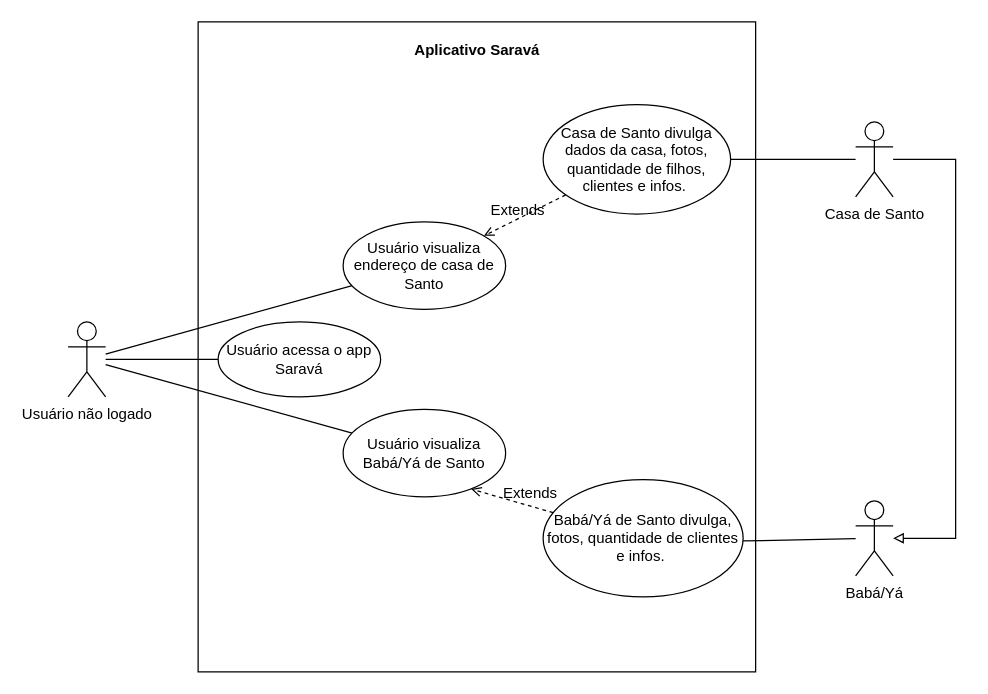
AlexCarvalhovisk/sarava keeps this draw.io diagram as CasoDeUsoNaoLogado.drawio. Above is the earlier version. Source tidied: cells renumbered, new cells numbered last; positions are measured from the earlier drawing's top-left corner, leaving out a move shared by most shapes. Both pictures are drawn from the tidied source at 125%, with x=0, y=0 at pixel (68, 21).
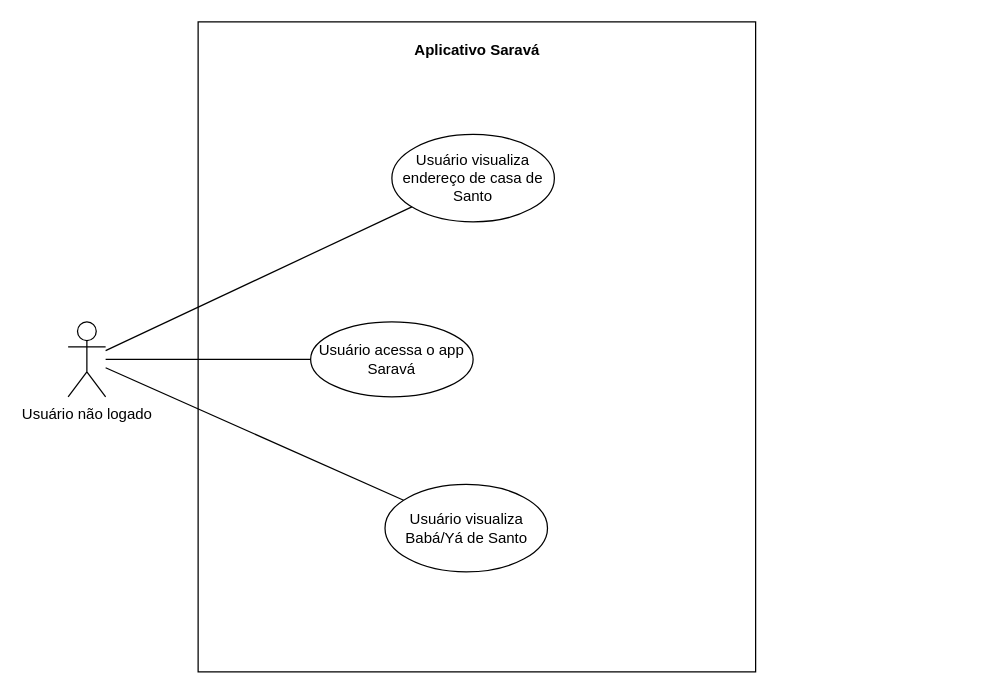
Above is the later version.

What changed in the source:
```diff
@@
-    <mxCell id="7" style="rounded=0;jettySize=auto;html=1;endArrow=none;endFill=0;" parent="1" edge="1" source="9" target="16">
-      <mxGeometry relative="1" as="geometry" />
-    </mxCell>
-    <mxCell id="8" style="edgeStyle=orthogonalEdgeStyle;rounded=0;jettySize=auto;html=1;endArrow=block;endFill=0;" parent="1" edge="1" source="9" target="11">
-      <mxGeometry relative="1" as="geometry">
-        <Array as="points">
-          <mxPoint x="710" y="110" />
-          <mxPoint x="710" y="413.1" />
-        </Array>
-      </mxGeometry>
-    </mxCell>
-    <mxCell id="9" value="Casa de Santo" style="shape=umlActor;verticalLabelPosition=bottom;verticalAlign=top;html=1;" parent="1" vertex="1">
-      <mxGeometry x="630" y="80" width="30" height="60" as="geometry" />
-    </mxCell>
-    <mxCell id="10" style="rounded=0;jettySize=auto;html=1;endArrow=none;endFill=0;" parent="1" edge="1" source="11" target="19">
-      <mxGeometry relative="1" as="geometry" />
-    </mxCell>
-    <mxCell id="11" value="Babá/Yá" style="shape=umlActor;verticalLabelPosition=bottom;verticalAlign=top;html=1;" parent="1" vertex="1">
-      <mxGeometry x="630" y="383.1" width="30" height="60" as="geometry" />
-    </mxCell>
     <mxCell id="12" value="Usuário acessa o app Saravá" style="ellipse;whiteSpace=wrap;html=1;" parent="1" vertex="1">
-      <mxGeometry x="120" y="240" width="130" height="60" as="geometry" />
+      <mxGeometry x="194" y="240" width="130" height="60" as="geometry" />
     </mxCell>
     <mxCell id="13" value="Usuário visualiza endereço de casa de Santo" style="ellipse;whiteSpace=wrap;html=1;" parent="1" vertex="1">
-      <mxGeometry x="220" y="160" width="130" height="70" as="geometry" />
+      <mxGeometry x="259" y="90" width="130" height="70" as="geometry" />
     </mxCell>
     <mxCell id="14" value="Usuário visualiza Babá/Yá de Santo" style="ellipse;whiteSpace=wrap;html=1;" parent="1" vertex="1">
-      <mxGeometry x="220" y="310" width="130" height="70" as="geometry" />
+      <mxGeometry x="253.5" y="370" width="130" height="70" as="geometry" />
     </mxCell>
-    <mxCell id="15" style="rounded=0;jettySize=auto;html=1;endArrow=open;endFill=0;dashed=1;" parent="1" edge="1" source="16" target="13">
-      <mxGeometry relative="1" as="geometry" />
-    </mxCell>
-    <mxCell id="16" value="Casa de Santo divulga dados da casa, fotos, quantidade de filhos, clientes e infos.&amp;nbsp;" style="ellipse;whiteSpace=wrap;html=1;" parent="1" vertex="1">
-      <mxGeometry x="380" y="66.2" width="150" height="87.5" as="geometry" />
-    </mxCell>
-    <mxCell id="17" value="Extends" style="text;html=1;strokeColor=none;fillColor=none;align=center;verticalAlign=middle;whiteSpace=wrap;rounded=0;" parent="1" vertex="1">
-      <mxGeometry x="330" y="140" width="60" height="21" as="geometry" />
-    </mxCell>
-    <mxCell id="18" style="rounded=0;jettySize=auto;html=1;entryX=0.788;entryY=0.911;entryDx=0;entryDy=0;entryPerimeter=0;endArrow=open;endFill=0;dashed=1;startArrow=none;startFill=0;" parent="1" edge="1" source="19" target="14">
-      <mxGeometry relative="1" as="geometry" />
-    </mxCell>
-    <mxCell id="19" value="Babá/Yá de Santo divulga, fotos, quantidade de clientes e infos.&amp;nbsp;" style="ellipse;whiteSpace=wrap;html=1;" parent="1" vertex="1">
-      <mxGeometry x="380" y="366.2" width="160" height="93.8" as="geometry" />
-    </mxCell>
-    <mxCell id="20" value="Extends" style="text;html=1;strokeColor=none;fillColor=none;align=center;verticalAlign=middle;whiteSpace=wrap;rounded=0;" parent="1" vertex="1">
-      <mxGeometry x="340" y="366.2" width="60" height="21" as="geometry" />
-    </mxCell>
```
